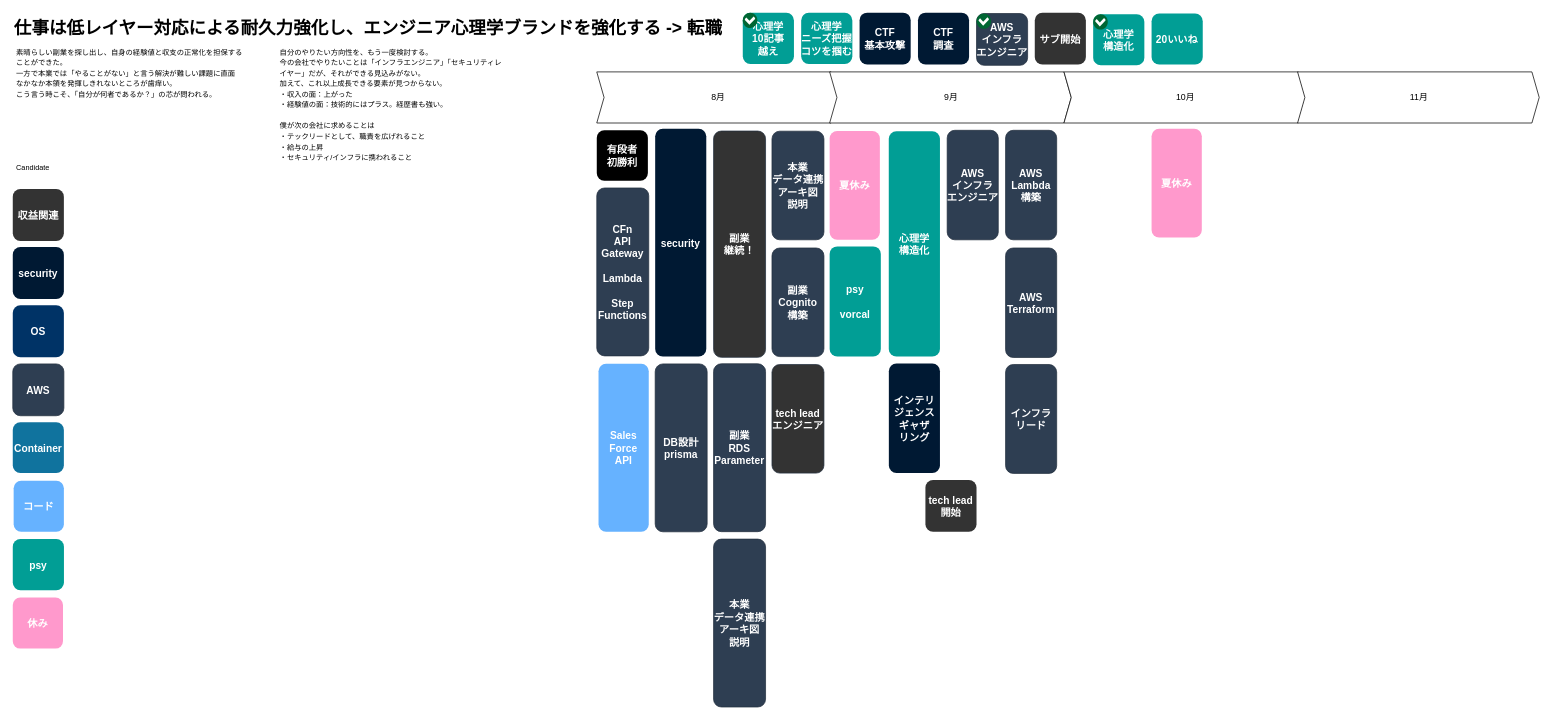
Above: page "2024_08" (3 of 13) of life/life.drawio in minegishirei/draw_v1 (draw.io), before the change. Source tidied: cells renumbered, new cells numbered last; positions are measured from the earlier drawing's top-left corner, leaving out a move shared by most shapes. Both pictures are drawn from the tidied source at 73%, with x=0, y=0 at pixel (12, 12).
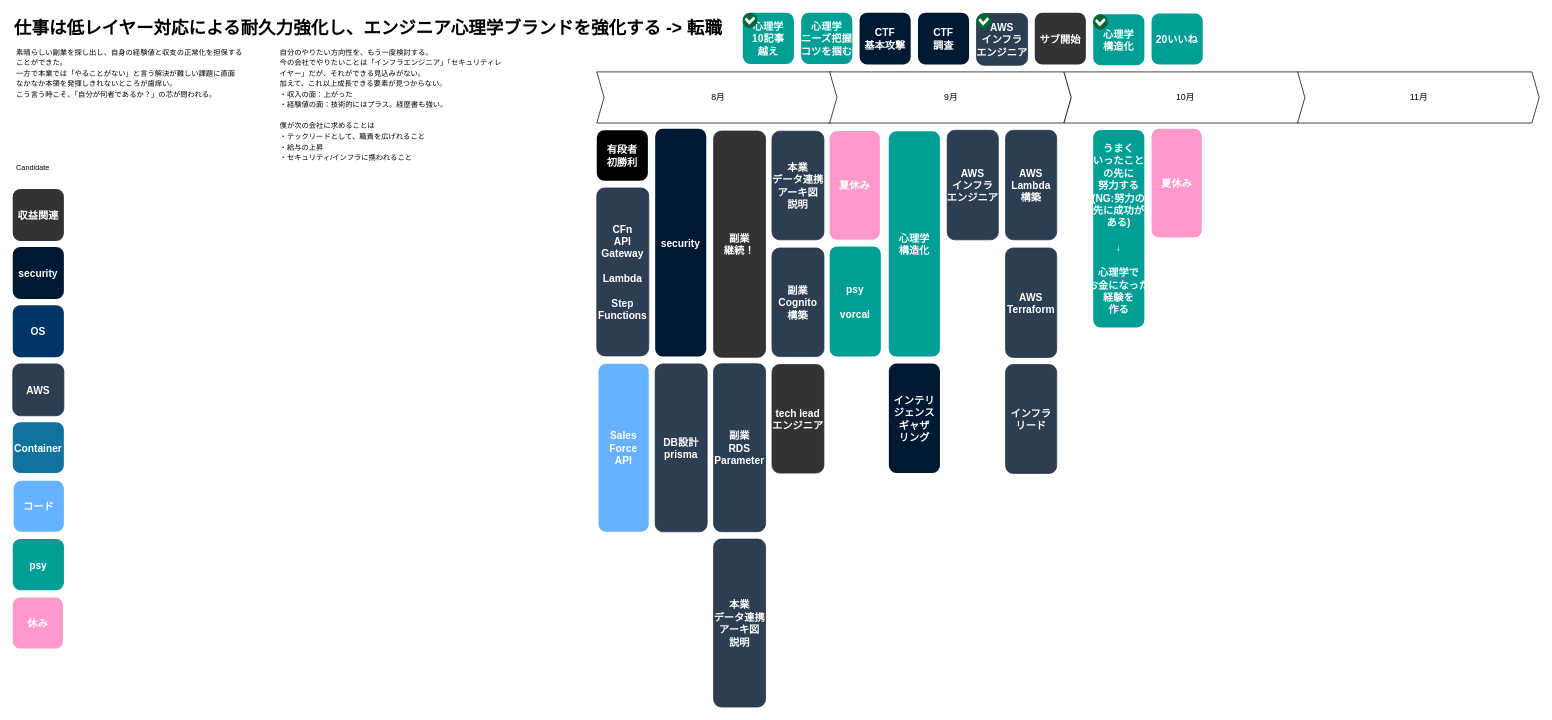
Above is the later version.

Commit message:
life.drawio を更新します

The edit, as a diff of the source:
```diff
@@
-    <mxCell id="35" value="tech lead&#10;開始" style="rounded=1;fillColor=#333333;strokeColor=none;shadow=0;gradientColor=none;fontStyle=1;fontColor=#FFFFFF;fontSize=14;" parent="1" vertex="1">
-      <mxGeometry x="1250.2" y="640" width="70" height="71" as="geometry" />
-    </mxCell>
@@
+    <mxCell id="50" value="うまく&#10;いったこと&#10;の先に&#10;努力する&#10;(NG:努力の&#10;先に成功が&#10;ある)&#10;&#10;↓&#10;&#10;心理学で&#10;お金になった&#10;経験を&#10;作る" style="rounded=1;fillColor=#019E95;strokeColor=none;shadow=0;gradientColor=none;fontStyle=1;fontColor=#FFFFFF;fontSize=14;" parent="1" vertex="1">
+      <mxGeometry x="1480" y="160.5" width="70.1" height="270.5" as="geometry" />
+    </mxCell>
```
